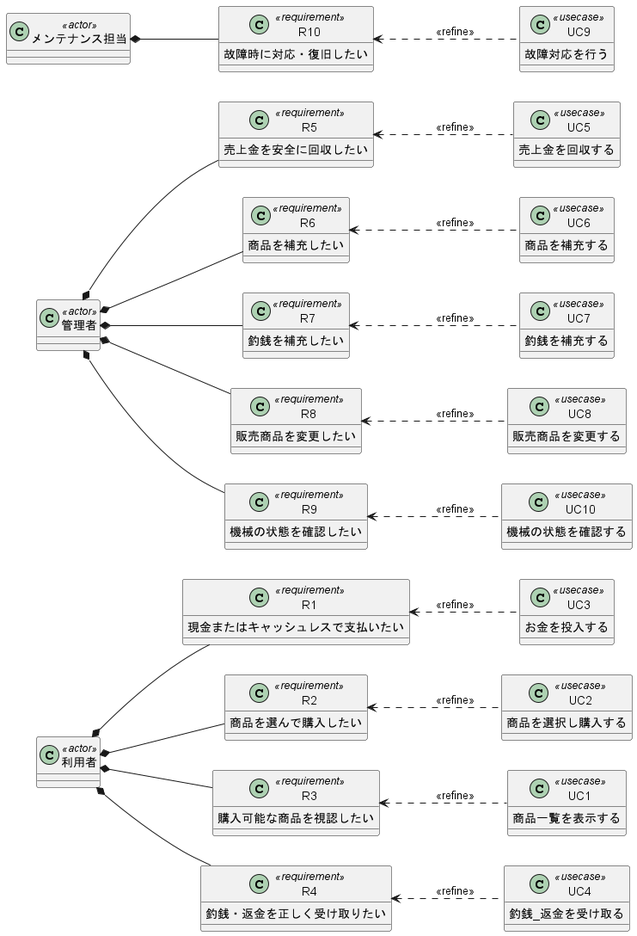
masaki-kato-119/VendingMachine keeps this PlantUML diagram as 要求図/自動販売機_要求図.png. Above is the earlier version.
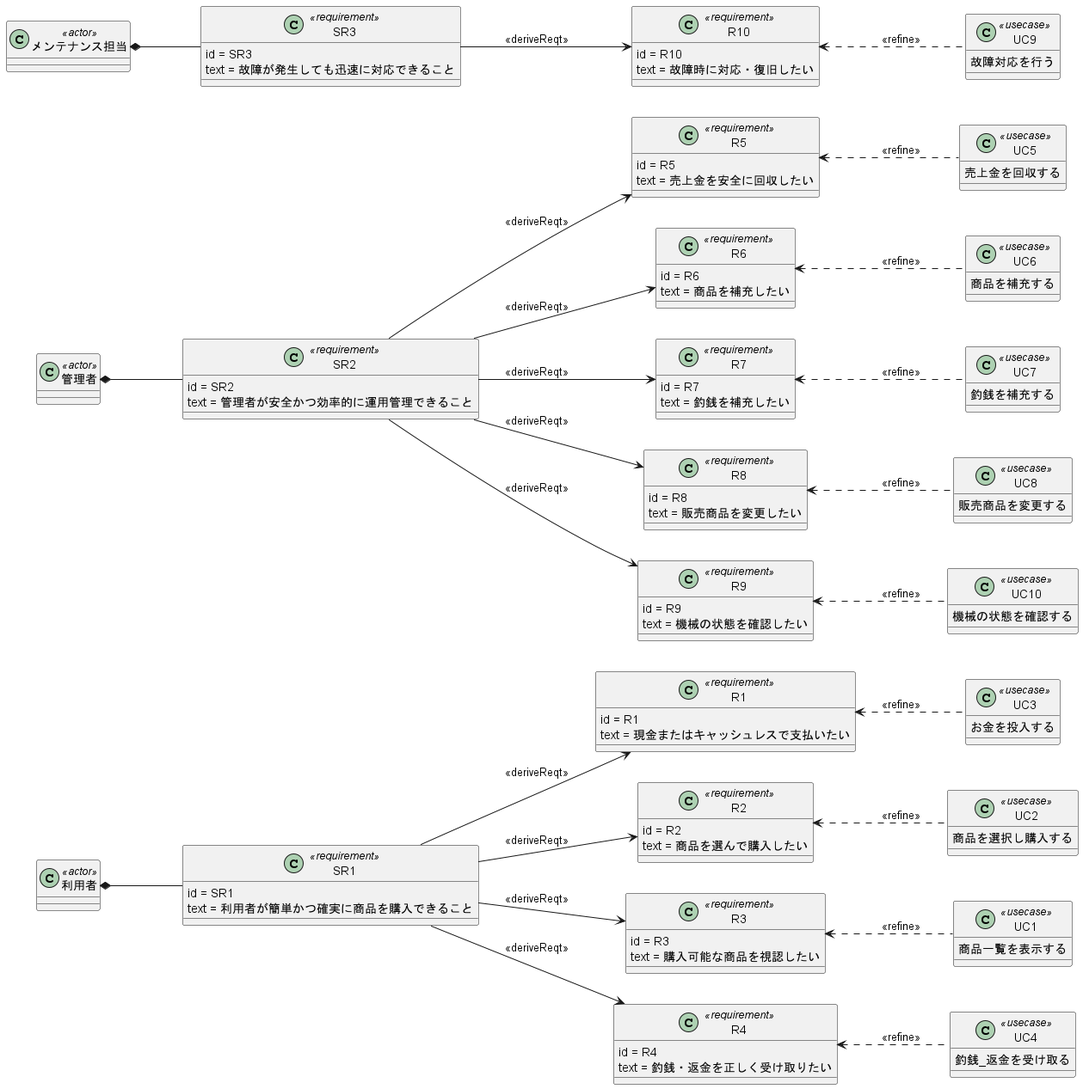
The same diagram one commit later.

Commit message:
Add high-level requirements to the requirements diagram

Diff of the diagram source:
```diff
@@ -1,89 +1,110 @@
 @startuml 自動販売機_要求図
 left to right direction
 
-class 利用者 <<actor>> {
+class 利用者 <<actor>> {}
+class 管理者 <<actor>> {}
+class メンテナンス担当 <<actor>> {}
+
+class SR1 <<requirement>> {
+  id = SR1
+  text = 利用者が簡単かつ確実に商品を購入できること
+}
+class SR2 <<requirement>> {
+  id = SR2
+  text = 管理者が安全かつ効率的に運用管理できること
+}
+class SR3 <<requirement>> {
+  id = SR3
+  text = 故障が発生しても迅速に対応できること
 }
 
-class 管理者 <<actor>> {
+class R1 <<requirement>> {
+  id = R1
+  text = 現金またはキャッシュレスで支払いたい
+}
+class R2 <<requirement>> {
+  id = R2
+  text = 商品を選んで購入したい
+}
+class R3 <<requirement>> {
+  id = R3
+  text = 購入可能な商品を視認したい
+}
+class R4 <<requirement>> {
+  id = R4
+  text = 釣銭・返金を正しく受け取りたい
+}
+class R5 <<requirement>> {
+  id = R5
+  text = 売上金を安全に回収したい
+}
+class R6 <<requirement>> {
+  id = R6
+  text = 商品を補充したい
+}
+class R7 <<requirement>> {
+  id = R7
+  text = 釣銭を補充したい
+}
+class R8 <<requirement>> {
+  id = R8
+  text = 販売商品を変更したい
+}
+class R9 <<requirement>> {
+  id = R9
+  text = 機械の状態を確認したい
+}
+class R10 <<requirement>> {
+  id = R10
+  text = 故障時に対応・復旧したい
 }
 
-class メンテナンス担当 <<actor>> {
-}
+SR1 --> R1 : <<deriveReqt>>
+SR1 --> R2 : <<deriveReqt>>
+SR1 --> R3 : <<deriveReqt>>
+SR1 --> R4 : <<deriveReqt>>
 
-利用者 *-- R1
-利用者 *-- R2
-利用者 *-- R3
-利用者 *-- R4
+SR2 --> R5 : <<deriveReqt>>
+SR2 --> R6 : <<deriveReqt>>
+SR2 --> R7 : <<deriveReqt>>
+SR2 --> R8 : <<deriveReqt>>
+SR2 --> R9 : <<deriveReqt>>
 
-管理者 *-- R5
-管理者 *-- R6
-管理者 *-- R7
-管理者 *-- R8
-管理者 *-- R9
+SR3 --> R10 : <<deriveReqt>>
 
-メンテナンス担当 *-- R10
+利用者 *-- SR1
+管理者 *-- SR2
+メンテナンス担当 *-- SR3
 
 class UC1 <<usecase>> {
-  商品一覧を表示する
+   商品一覧を表示する
 }
 class UC2 <<usecase>> {
-  商品を選択し購入する
+   商品を選択し購入する
 }
 class UC3 <<usecase>> {
-  お金を投入する
+   お金を投入する
 }
 class UC4 <<usecase>> {
-  釣銭_返金を受け取る
+   釣銭_返金を受け取る
 }
 class UC5 <<usecase>> {
-    売上金を回収する
+   売上金を回収する
 }
 class UC6 <<usecase>> {
-    商品を補充する
+   商品を補充する
 }
 class UC7 <<usecase>> {
-    釣銭を補充する
+   釣銭を補充する
 }
 class UC8 <<usecase>> {
-    販売商品を変更する
+   販売商品を変更する
 }
 class UC9 <<usecase>> {
-    故障対応を行う
+   故障対応を行う
 }
 class UC10 <<usecase>> {
-    機械の状態を確認する
-}
-
-
-class R1 <<requirement>> {
-  現金またはキャッシュレスで支払いたい
-}
-class R2 <<requirement>> {
-  商品を選んで購入したい
-}
-class R3 <<requirement>> {
-  購入可能な商品を視認したい
-}
-class R4 <<requirement>> {
-  釣銭・返金を正しく受け取りたい
-}
-class R5 <<requirement>> {
-  売上金を安全に回収したい
-}
-class R6 <<requirement>> {
-  商品を補充したい
-}
-class R7 <<requirement>> {
-  釣銭を補充したい
-}
-class R8 <<requirement>> {
-  販売商品を変更したい
-}
-class R9 <<requirement>> {
-  機械の状態を確認したい
-}
-class R10 <<requirement>> {
-  故障時に対応・復旧したい
+   機械の状態を確認する
 }
 
 R1 <.. UC3 : <<refine>>
```
